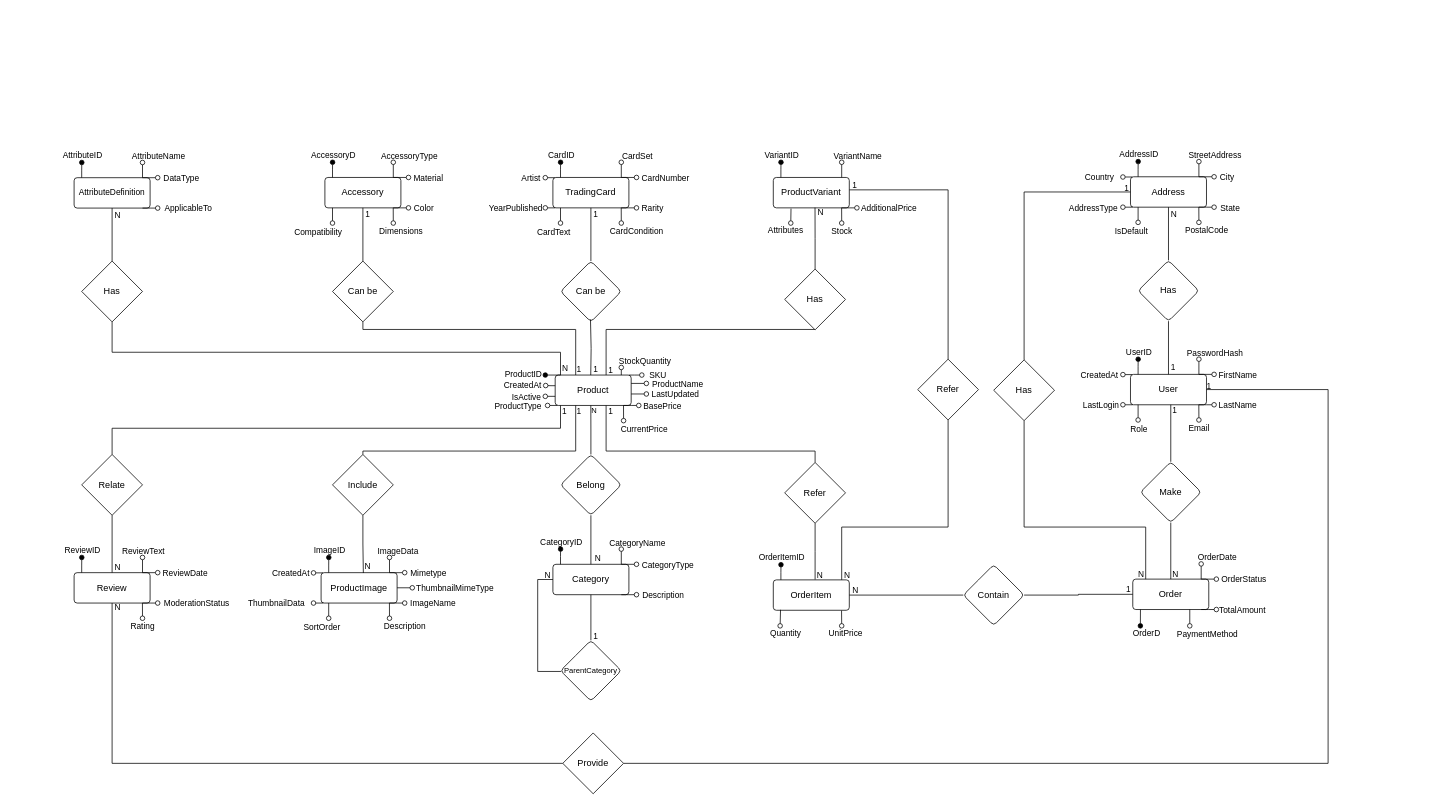
Earlier version of the draw.io diagram page "Pagina-1" (1 of 2) of documents/cardHaven.drawio (HappyJerry2445/TSW-Project). Source tidied: cells renumbered, new cells numbered last; positions are measured from the earlier drawing's top-left corner, leaving out a move shared by most shapes. Both pictures are drawn from the tidied source at 76%, with x=0, y=0 at pixel (74, 161).
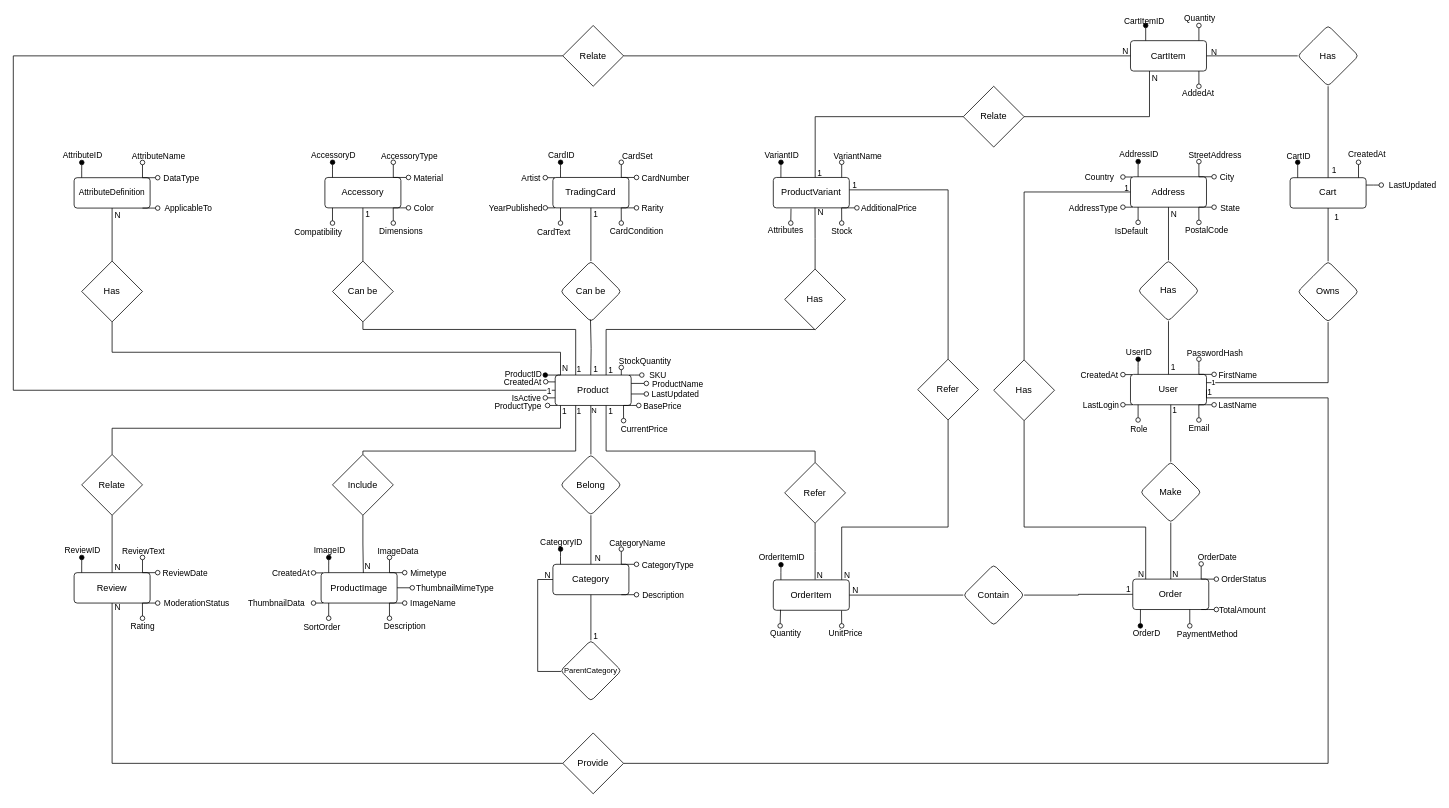
The same page after the edit.

Commit message (it also covers changes not shown here):
added entity cart & cartItem to er diagram

The change refers to these unchanged cells:
```xml
<mxCell id="8" value="User" style="rounded=1;arcSize=10;whiteSpace=wrap;html=1;align=center;fillColor=none;" parent="1" vertex="1">
  <mxGeometry x="1390" y="280.1" width="100" height="40" as="geometry" />
</mxCell>
<mxCell id="67" value="Product" style="rounded=1;arcSize=10;whiteSpace=wrap;html=1;align=center;fillColor=none;" parent="1" vertex="1">
  <mxGeometry x="633" y="281" width="100" height="40" as="geometry" />
</mxCell>
<mxCell id="231" value="Provide" style="rhombus;whiteSpace=wrap;html=1;fillColor=none;" parent="1" vertex="1">
  <mxGeometry x="643" y="751.9" width="80" height="80" as="geometry" />
</mxCell>
```

Change to the diagram source:
```diff
@@
+    <mxCell id="239" style="edgeStyle=orthogonalEdgeStyle;rounded=0;jettySize=auto;html=1;entryX=0.5;entryY=1;entryDx=0;entryDy=0;endArrow=none;startFill=0;" parent="1" edge="1" source="8" target="253">
+      <mxGeometry relative="1" as="geometry">
+        <Array as="points">
+          <mxPoint x="1650" y="291" />
+        </Array>
+      </mxGeometry>
+    </mxCell>
@@
     <mxCell id="9" style="edgeStyle=orthogonalEdgeStyle;rounded=0;orthogonalLoop=1;jettySize=auto;html=1;endArrow=oval;endFill=0;" parent="1" edge="1">
       <mxGeometry relative="1" as="geometry">
         <mxPoint x="1480" y="280.1" as="sourcePoint" />
         <mxPoint x="1480" y="260.1" as="targetPoint" />
+        <Array as="points">
+          <mxPoint x="1480" y="271" />
+          <mxPoint x="1480" y="271" />
+        </Array>
       </mxGeometry>
     </mxCell>
@@
+    <mxCell id="240" style="edgeStyle=orthogonalEdgeStyle;rounded=0;jettySize=auto;html=1;entryX=0;entryY=0.5;entryDx=0;entryDy=0;endArrow=none;startFill=0;" parent="1" edge="1" source="67" target="269">
+      <mxGeometry relative="1" as="geometry">
+        <Array as="points">
+          <mxPoint x="-80" y="301" />
+          <mxPoint x="-80" y="-139" />
+        </Array>
+      </mxGeometry>
+    </mxCell>
+    <mxCell id="241" value="1" style="edgeLabel;html=1;align=center;verticalAlign=middle;" parent="240" vertex="1">
+      <mxGeometry x="-0.99" relative="1" as="geometry" />
+    </mxCell>
@@
     <mxCell id="74" style="edgeStyle=orthogonalEdgeStyle;rounded=0;orthogonalLoop=1;jettySize=auto;html=1;endArrow=oval;endFill=0;exitX=0.025;exitY=0.007;exitDx=0;exitDy=0;exitPerimeter=0;" parent="1" edge="1">
       <mxGeometry relative="1" as="geometry">
-        <mxPoint x="633" y="295" as="sourcePoint" />
-        <mxPoint x="620.5" y="294.8" as="targetPoint" />
+        <mxPoint x="633" y="290" as="sourcePoint" />
+        <mxPoint x="620.5" y="289.8" as="targetPoint" />
         <Array as="points">
-          <mxPoint x="627.5" y="294.8" />
+          <mxPoint x="627.5" y="289.8" />
         </Array>
       </mxGeometry>
     </mxCell>
@@
     <mxCell id="82" style="edgeStyle=orthogonalEdgeStyle;rounded=0;orthogonalLoop=1;jettySize=auto;html=1;endArrow=oval;endFill=0;exitX=0.025;exitY=0.007;exitDx=0;exitDy=0;exitPerimeter=0;" parent="1" edge="1">
       <mxGeometry relative="1" as="geometry">
-        <mxPoint x="633" y="309" as="sourcePoint" />
-        <mxPoint x="620" y="309" as="targetPoint" />
+        <mxPoint x="633" y="311" as="sourcePoint" />
+        <mxPoint x="620" y="311" as="targetPoint" />
       </mxGeometry>
     </mxCell>
@@
+    <mxCell id="242" style="edgeStyle=orthogonalEdgeStyle;rounded=0;jettySize=auto;html=1;entryX=0;entryY=0.5;entryDx=0;entryDy=0;endArrow=none;startFill=0;" parent="1" edge="1" target="272">
+      <mxGeometry relative="1" as="geometry">
+        <mxPoint x="975.1" y="21" as="sourcePoint" />
+        <Array as="points">
+          <mxPoint x="975" y="-59" />
+        </Array>
+      </mxGeometry>
+    </mxCell>
+    <mxCell id="243" value="1" style="edgeLabel;html=1;align=center;verticalAlign=middle;labelBackgroundColor=none;" parent="242" vertex="1">
+      <mxGeometry x="-0.95" y="-1" relative="1" as="geometry">
+        <mxPoint x="4" as="offset" />
+      </mxGeometry>
+    </mxCell>
@@
     <mxCell id="229" style="edgeStyle=orthogonalEdgeStyle;rounded=0;jettySize=auto;html=1;entryX=1;entryY=0.5;entryDx=0;entryDy=0;endArrow=none;startFill=0;" parent="1" edge="1" source="231" target="8">
       <mxGeometry relative="1" as="geometry">
         <Array as="points">
           <mxPoint x="1650" y="792" />
-          <mxPoint x="1650" y="301" />
-          <mxPoint x="1490" y="301" />
+          <mxPoint x="1650" y="311" />
+          <mxPoint x="1490" y="311" />
         </Array>
       </mxGeometry>
     </mxCell>
     <mxCell id="230" value="1" style="edgeLabel;html=1;align=center;verticalAlign=middle;fontColor=default;labelBackgroundColor=none;" parent="229" vertex="1">
       <mxGeometry x="0.99" y="-1" relative="1" as="geometry">
-        <mxPoint x="-5" y="-4" as="offset" />
+        <mxPoint x="2" y="-4" as="offset" />
       </mxGeometry>
     </mxCell>
@@
+    <mxCell id="244" style="edgeStyle=orthogonalEdgeStyle;rounded=0;jettySize=auto;html=1;endArrow=oval;endFill=1;" parent="1" edge="1" source="250">
+      <mxGeometry relative="1" as="geometry">
+        <mxPoint x="1610" y="1" as="targetPoint" />
+        <Array as="points">
+          <mxPoint x="1610" y="1" />
+        </Array>
+      </mxGeometry>
+    </mxCell>
+    <mxCell id="245" value="CartID" style="edgeLabel;html=1;align=center;verticalAlign=middle;labelBackgroundColor=none;" parent="244" vertex="1">
+      <mxGeometry x="0.81" y="1" relative="1" as="geometry">
+        <mxPoint x="1" y="-11" as="offset" />
+      </mxGeometry>
+    </mxCell>
+    <mxCell id="246" style="edgeStyle=orthogonalEdgeStyle;rounded=0;jettySize=auto;html=1;endArrow=oval;endFill=0;" parent="1" edge="1" source="250">
+      <mxGeometry relative="1" as="geometry">
+        <mxPoint x="1690" y="1" as="targetPoint" />
+        <Array as="points">
+          <mxPoint x="1690" y="1" />
+        </Array>
+      </mxGeometry>
+    </mxCell>
+    <mxCell id="247" value="CreatedAt" style="edgeLabel;html=1;align=center;verticalAlign=middle;labelBackgroundColor=none;" parent="246" vertex="1">
+      <mxGeometry x="0.53" y="1" relative="1" as="geometry">
+        <mxPoint x="11" y="-15" as="offset" />
+      </mxGeometry>
+    </mxCell>
+    <mxCell id="248" style="edgeStyle=orthogonalEdgeStyle;rounded=0;jettySize=auto;html=1;endArrow=none;startFill=0;" parent="1" edge="1" source="250" target="259">
+      <mxGeometry relative="1" as="geometry" />
+    </mxCell>
+    <mxCell id="249" value="1" style="edgeLabel;html=1;align=center;verticalAlign=middle;labelBackgroundColor=none;" parent="248" vertex="1">
+      <mxGeometry x="-0.61" y="-1" relative="1" as="geometry">
+        <mxPoint x="6" y="12" as="offset" />
+      </mxGeometry>
+    </mxCell>
+    <mxCell id="250" value="Cart" style="rounded=1;arcSize=10;whiteSpace=wrap;html=1;align=center;fillColor=none;" parent="1" vertex="1">
+      <mxGeometry x="1600" y="21.3" width="100" height="40" as="geometry" />
+    </mxCell>
+    <mxCell id="251" style="edgeStyle=orthogonalEdgeStyle;rounded=0;jettySize=auto;html=1;endArrow=none;startFill=0;" parent="1" edge="1" source="253" target="250">
+      <mxGeometry relative="1" as="geometry" />
+    </mxCell>
+    <mxCell id="252" value="1" style="edgeLabel;html=1;align=center;verticalAlign=middle;labelBackgroundColor=none;" parent="251" vertex="1">
+      <mxGeometry x="0.57" y="-2" relative="1" as="geometry">
+        <mxPoint x="8" y="-4" as="offset" />
+      </mxGeometry>
+    </mxCell>
+    <mxCell id="253" value="Owns" style="rhombus;whiteSpace=wrap;html=1;fillColor=none;rounded=1;arcSize=10;" parent="1" vertex="1">
+      <mxGeometry x="1610" y="131.3" width="80" height="80" as="geometry" />
+    </mxCell>
+    <mxCell id="254" value="1" style="edgeLabel;html=1;align=center;verticalAlign=middle;fontColor=default;labelBackgroundColor=default;fontSize=10;" parent="1" vertex="1">
+      <mxGeometry x="1500" y="291" as="geometry">
+        <mxPoint x="-2" y="-2" as="offset" />
+      </mxGeometry>
+    </mxCell>
+    <mxCell id="255" style="edgeStyle=orthogonalEdgeStyle;rounded=0;orthogonalLoop=1;jettySize=auto;html=1;endArrow=oval;endFill=0;exitX=1;exitY=0.25;exitDx=0;exitDy=0;" parent="1" edge="1">
+      <mxGeometry relative="1" as="geometry">
+        <mxPoint x="1700" y="31" as="sourcePoint" />
+        <mxPoint x="1720" y="31" as="targetPoint" />
+        <Array as="points">
+          <mxPoint x="1710" y="31" />
+          <mxPoint x="1710" y="31" />
+        </Array>
+      </mxGeometry>
+    </mxCell>
+    <mxCell id="256" value="LastUpdated" style="edgeLabel;html=1;align=center;verticalAlign=middle;labelBackgroundColor=none;" parent="255" vertex="1">
+      <mxGeometry x="0.85" relative="1" as="geometry">
+        <mxPoint x="41" as="offset" />
+      </mxGeometry>
+    </mxCell>
+    <mxCell id="257" style="edgeStyle=orthogonalEdgeStyle;rounded=0;jettySize=auto;html=1;entryX=1;entryY=0.5;entryDx=0;entryDy=0;endArrow=none;startFill=0;" parent="1" edge="1" source="259" target="266">
+      <mxGeometry relative="1" as="geometry" />
+    </mxCell>
+    <mxCell id="258" value="N" style="edgeLabel;html=1;align=center;verticalAlign=middle;labelBackgroundColor=none;" parent="257" vertex="1">
+      <mxGeometry x="0.8" y="-1" relative="1" as="geometry">
+        <mxPoint x="-3" y="-4" as="offset" />
+      </mxGeometry>
+    </mxCell>
+    <mxCell id="259" value="Has" style="rhombus;whiteSpace=wrap;html=1;fillColor=none;rounded=1;arcSize=10;" parent="1" vertex="1">
+      <mxGeometry x="1610" y="-179" width="80" height="80" as="geometry" />
+    </mxCell>
+    <mxCell id="260" style="edgeStyle=orthogonalEdgeStyle;rounded=0;jettySize=auto;html=1;endArrow=oval;endFill=1;" parent="1" edge="1" source="266">
+      <mxGeometry relative="1" as="geometry">
+        <mxPoint x="1410" y="-179" as="targetPoint" />
+        <Array as="points">
+          <mxPoint x="1410" y="-179" />
+        </Array>
+      </mxGeometry>
+    </mxCell>
+    <mxCell id="261" value="CartItemID" style="edgeLabel;html=1;align=center;verticalAlign=middle;labelBackgroundColor=none;" parent="260" vertex="1">
+      <mxGeometry x="1" y="3" relative="1" as="geometry">
+        <mxPoint y="-7" as="offset" />
+      </mxGeometry>
+    </mxCell>
+    <mxCell id="262" style="edgeStyle=orthogonalEdgeStyle;rounded=0;jettySize=auto;html=1;endArrow=oval;endFill=0;" parent="1" edge="1" source="266">
+      <mxGeometry relative="1" as="geometry">
+        <mxPoint x="1480" y="-179" as="targetPoint" />
+        <Array as="points">
+          <mxPoint x="1480" y="-179" />
+        </Array>
+      </mxGeometry>
+    </mxCell>
+    <mxCell id="263" value="Quantity" style="edgeLabel;html=1;align=center;verticalAlign=middle;labelBackgroundColor=none;" parent="262" vertex="1">
+      <mxGeometry x="0.97" y="-1" relative="1" as="geometry">
+        <mxPoint x="-1" y="-10" as="offset" />
+      </mxGeometry>
+    </mxCell>
+    <mxCell id="264" style="edgeStyle=orthogonalEdgeStyle;rounded=0;jettySize=auto;html=1;endArrow=oval;endFill=0;" parent="1" edge="1" source="266">
+      <mxGeometry relative="1" as="geometry">
+        <mxPoint x="1480" y="-99" as="targetPoint" />
+        <Array as="points">
+          <mxPoint x="1480" y="-99" />
+        </Array>
+      </mxGeometry>
+    </mxCell>
+    <mxCell id="265" value="AddedAt" style="edgeLabel;html=1;align=center;verticalAlign=middle;labelBackgroundColor=none;" parent="264" vertex="1">
+      <mxGeometry x="1" y="-2" relative="1" as="geometry">
+        <mxPoint y="8" as="offset" />
+      </mxGeometry>
+    </mxCell>
+    <mxCell id="266" value="CartItem" style="rounded=1;arcSize=10;whiteSpace=wrap;html=1;align=center;fillColor=none;" parent="1" vertex="1">
+      <mxGeometry x="1390" y="-159" width="100" height="40" as="geometry" />
+    </mxCell>
+    <mxCell id="267" style="edgeStyle=orthogonalEdgeStyle;rounded=0;jettySize=auto;html=1;entryX=0;entryY=0.5;entryDx=0;entryDy=0;endArrow=none;startFill=0;" parent="1" edge="1" source="269" target="266">
+      <mxGeometry relative="1" as="geometry" />
+    </mxCell>
+    <mxCell id="268" value="N" style="edgeLabel;html=1;align=center;verticalAlign=middle;labelBackgroundColor=none;" parent="267" vertex="1">
+      <mxGeometry x="0.94" y="1" relative="1" as="geometry">
+        <mxPoint x="12" y="-6" as="offset" />
+      </mxGeometry>
+    </mxCell>
+    <mxCell id="269" value="Relate" style="rhombus;whiteSpace=wrap;html=1;fillColor=none;" parent="1" vertex="1">
+      <mxGeometry x="643" y="-179" width="80" height="80" as="geometry" />
+    </mxCell>
+    <mxCell id="270" style="edgeStyle=orthogonalEdgeStyle;rounded=0;jettySize=auto;html=1;entryX=0.25;entryY=1;entryDx=0;entryDy=0;endArrow=none;startFill=0;" parent="1" edge="1" source="272" target="266">
+      <mxGeometry relative="1" as="geometry" />
+    </mxCell>
+    <mxCell id="271" value="N" style="edgeLabel;html=1;align=center;verticalAlign=middle;labelBackgroundColor=none;" parent="270" vertex="1">
+      <mxGeometry x="0.89" y="3" relative="1" as="geometry">
+        <mxPoint x="9" y="-3" as="offset" />
+      </mxGeometry>
+    </mxCell>
+    <mxCell id="272" value="Relate" style="rhombus;whiteSpace=wrap;html=1;fillColor=none;" parent="1" vertex="1">
+      <mxGeometry x="1170" y="-99" width="80" height="80" as="geometry" />
+    </mxCell>
```
